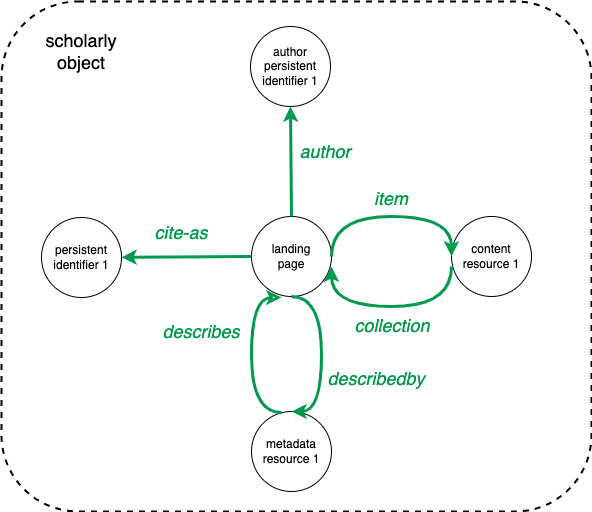
coar-notify/coar-notify.net keeps this draw.io diagram as webroot/content/guide/signposting/signposting.png. Above is the earlier version. Source tidied: cells renumbered, new cells last; positions are measured from the earlier drawing's top-left corner, leaving out a move shared by most shapes.
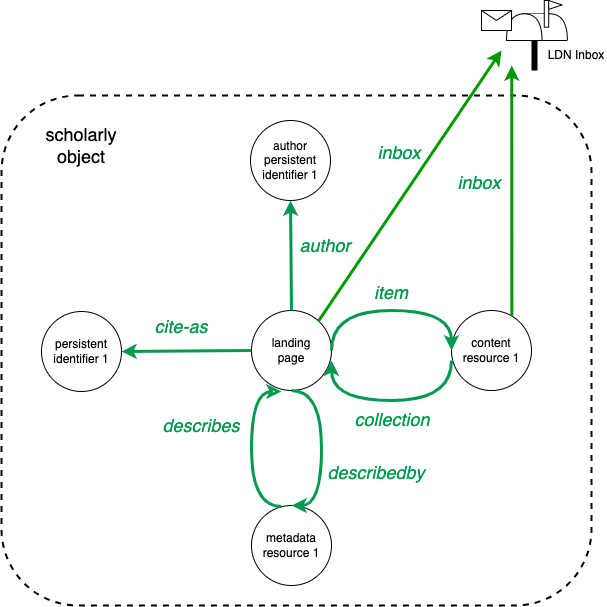
The same diagram one commit later.

Commit message:
Adding LDN inbox discovery

What changed in the source:
```diff
@@ -2,6 +2,9 @@
   <root>
     <mxCell id="0" />
     <mxCell id="1" parent="0" />
+    <mxCell id="19" style="rounded=1;whiteSpace=wrap;html=1;fillColor=none;dashed=1;strokeWidth=2;" parent="1" vertex="1">
+      <mxGeometry width="590" height="510" as="geometry" />
+    </mxCell>
     <mxCell id="2" value="landing&lt;div&gt;page&lt;/div&gt;" style="ellipse;whiteSpace=wrap;html=1;" parent="1" vertex="1">
       <mxGeometry x="250" y="215" width="80" height="80" as="geometry" />
     </mxCell>
@@ -77,11 +80,59 @@
     <mxCell id="18" value="&lt;i&gt;&lt;font style=&quot;font-size: 18px; color: rgb(0, 153, 77);&quot;&gt;collection&lt;/font&gt;&lt;/i&gt;" style="text;html=1;align=center;verticalAlign=middle;whiteSpace=wrap;rounded=0;" parent="1" vertex="1">
       <mxGeometry x="361" y="309" width="60" height="30" as="geometry" />
     </mxCell>
-    <mxCell id="19" style="rounded=1;whiteSpace=wrap;html=1;fillColor=none;dashed=1;strokeWidth=2;" parent="1" vertex="1">
-      <mxGeometry width="590" height="510" as="geometry" />
-    </mxCell>
     <mxCell id="20" value="&lt;font style=&quot;font-size: 18px;&quot;&gt;scholarly object&lt;/font&gt;" style="text;html=1;align=center;verticalAlign=middle;whiteSpace=wrap;rounded=0;" parent="1" vertex="1">
       <mxGeometry x="50" y="35" width="60" height="30" as="geometry" />
     </mxCell>
+    <mxCell id="21" style="group;" parent="1" vertex="1">
+      <mxGeometry x="505" y="-95" width="60.9" height="40" as="geometry" />
+    </mxCell>
+    <mxCell id="22" style="rounded=0;whiteSpace=wrap;html=1;" parent="21" vertex="1">
+      <mxGeometry x="15.6" y="13.3" width="26.7" height="26.7" as="geometry" />
+    </mxCell>
+    <mxCell id="23" style="shape=or;whiteSpace=wrap;html=1;rotation=-90;" parent="21" vertex="1">
+      <mxGeometry x="29.8" y="8.9" width="26.7" height="35.6" as="geometry" />
+    </mxCell>
+    <mxCell id="24" style="rounded=0;whiteSpace=wrap;html=1;strokeColor=none;" parent="21" vertex="1">
+      <mxGeometry x="15.6" y="13.3" width="26.7" height="20.9" as="geometry" />
+    </mxCell>
+    <mxCell id="25" style="shape=or;whiteSpace=wrap;html=1;rotation=-90;" parent="21" vertex="1">
+      <mxGeometry x="4.4" y="8.9" width="26.7" height="35.6" as="geometry" />
+    </mxCell>
+    <mxCell id="26" style="rounded=0;whiteSpace=wrap;html=1;" parent="21" vertex="1">
+      <mxGeometry x="37.8" width="4.4" height="26.7" as="geometry" />
+    </mxCell>
+    <mxCell id="27" style="triangle;whiteSpace=wrap;html=1;" parent="21" vertex="1">
+      <mxGeometry x="42.2" width="13.3" height="8.9" as="geometry" />
+    </mxCell>
+    <mxCell id="28" style="shape=message;html=1;html=1;labelPosition=center;verticalLabelPosition=bottom;align=center;verticalAlign=top;" parent="1" vertex="1">
+      <mxGeometry x="480" y="-85" width="30" height="20" as="geometry" />
+    </mxCell>
+    <mxCell id="29" style="endArrow=none;html=1;rounded=0;strokeWidth=6;" parent="1" edge="1">
+      <mxGeometry relative="1" as="geometry">
+        <mxPoint x="533" y="-25" as="sourcePoint" />
+        <mxPoint x="533" y="-55" as="targetPoint" />
+      </mxGeometry>
+    </mxCell>
+    <mxCell id="30" style="endArrow=classic;html=1;rounded=0;exitX=0.542;exitY=0.441;exitDx=0;exitDy=0;exitPerimeter=0;strokeWidth=3;strokeColor=#009900;" parent="1" edge="1">
+      <mxGeometry relative="1" as="geometry">
+        <mxPoint x="316.8" y="225.9" as="sourcePoint" />
+        <mxPoint x="500" y="-45" as="targetPoint" />
+      </mxGeometry>
+    </mxCell>
+    <mxCell id="31" value="&lt;i&gt;&lt;font style=&quot;font-size: 18px; color: rgb(0, 153, 77);&quot;&gt;inbox&lt;/font&gt;&lt;/i&gt;" style="text;html=1;align=center;verticalAlign=middle;whiteSpace=wrap;rounded=0;" parent="1" vertex="1">
+      <mxGeometry x="368" y="42" width="60" height="30" as="geometry" />
+    </mxCell>
+    <mxCell id="32" style="endArrow=classic;html=1;rounded=0;exitX=0.865;exitY=0.422;exitDx=0;exitDy=0;exitPerimeter=0;strokeWidth=3;strokeColor=#009900;" parent="1" edge="1">
+      <mxGeometry relative="1" as="geometry">
+        <mxPoint x="510.3" y="220.2" as="sourcePoint" />
+        <mxPoint x="510.3" y="-30" as="targetPoint" />
+      </mxGeometry>
+    </mxCell>
+    <mxCell id="33" value="&lt;i&gt;&lt;font style=&quot;font-size: 18px; color: rgb(0, 153, 77);&quot;&gt;inbox&lt;/font&gt;&lt;/i&gt;" style="text;html=1;align=center;verticalAlign=middle;whiteSpace=wrap;rounded=0;" parent="1" vertex="1">
+      <mxGeometry x="448" y="72" width="60" height="30" as="geometry" />
+    </mxCell>
+    <mxCell id="34" value="LDN Inbox" style="text;html=1;align=center;verticalAlign=middle;whiteSpace=wrap;rounded=0;" parent="1" vertex="1">
+      <mxGeometry x="545" y="-55" width="60" height="30" as="geometry" />
+    </mxCell>
   </root>
 </mxGraphModel>
```
